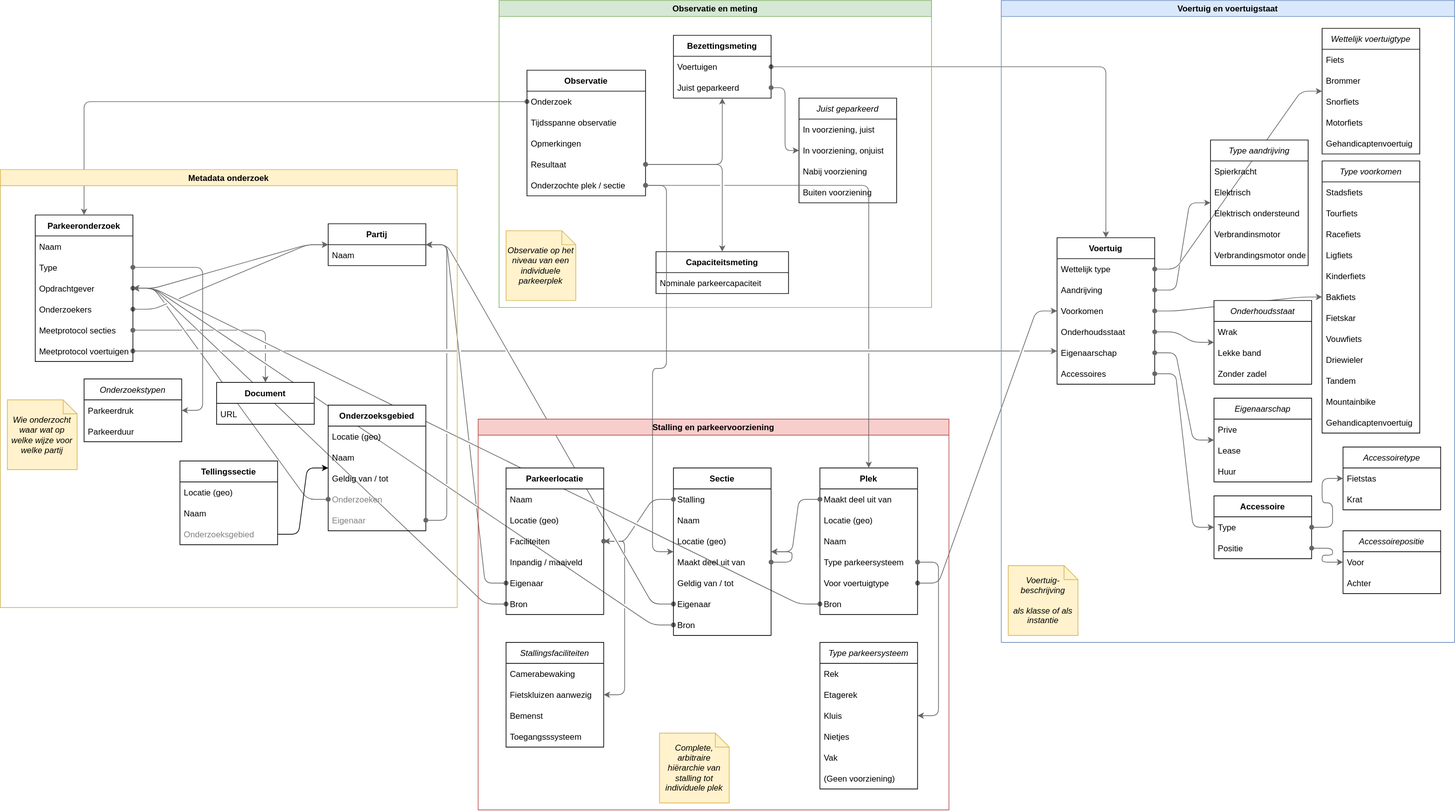
Stichting-CROW/datastandaard-fietsparkeren keeps this draw.io diagram as docs/cm/assets/conceptueel-model.drawio.svg. Above is the earlier version. Source tidied: cells renumbered, new cells last; positions are measured from the earlier drawing's top-left corner, leaving out a move shared by most shapes.
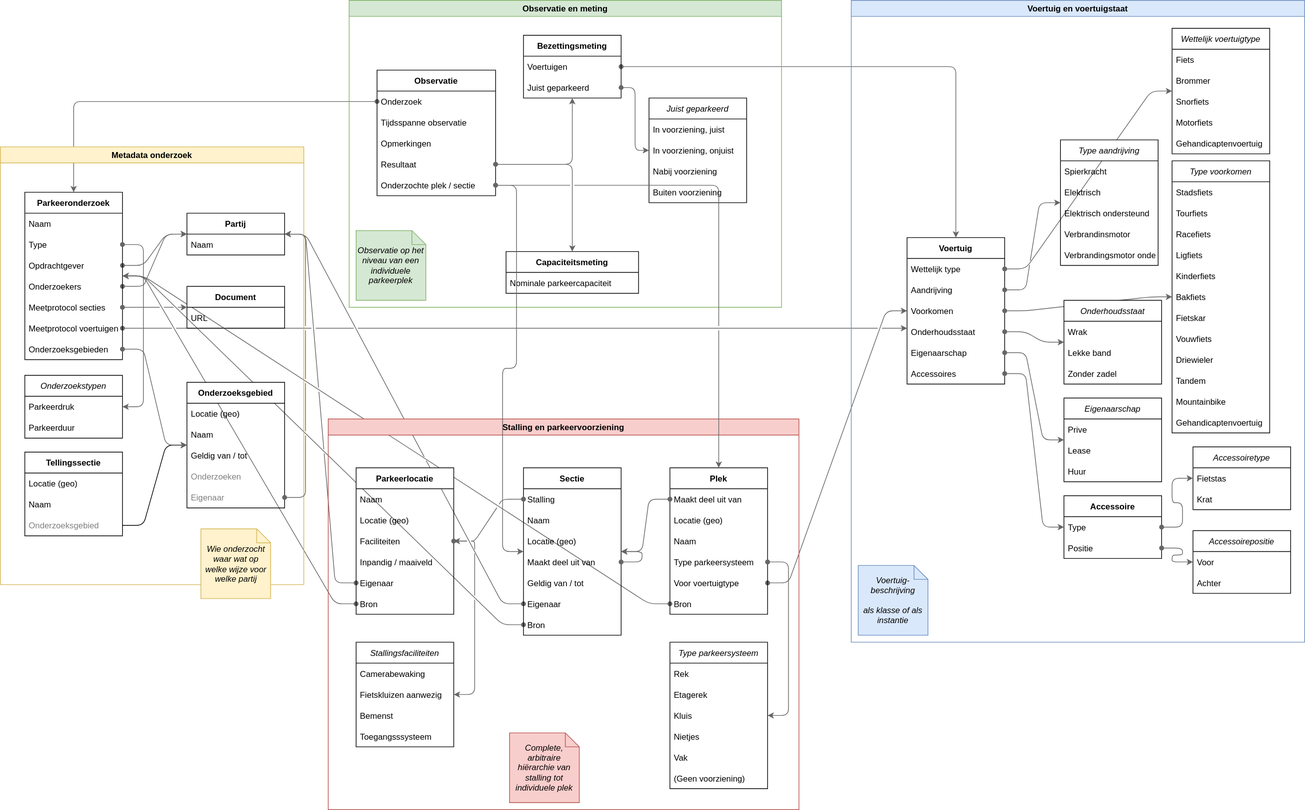
Above is the later version.

Diff of the diagram source:
```diff
@@ -125,7 +125,7 @@
     <mxCell id="42" style="edgeStyle=entityRelationEdgeStyle;rounded=1;html=1;fontColor=#000000;startArrow=oval;startFill=1;endArrow=classic;endFill=1;jumpStyle=gap;strokeColor=#666666;" parent="11" edge="1" source="36" target="12">
       <mxGeometry relative="1" as="geometry" />
     </mxCell>
-    <mxCell id="43" value="Complete, arbitraire hiërarchie van stalling tot individuele plek" style="shape=note;size=20;whiteSpace=wrap;html=1;fillColor=#fff2cc;strokeColor=#d6b656;fontStyle=2;" parent="11" vertex="1">
+    <mxCell id="43" value="Complete, arbitraire hiërarchie van stalling tot individuele plek" style="shape=note;size=20;whiteSpace=wrap;html=1;fillColor=#f8cecc;strokeColor=#b85450;fontStyle=2;" parent="11" vertex="1">
       <mxGeometry x="260" y="450" width="100" height="100" as="geometry" />
     </mxCell>
     <mxCell id="44" value="Voertuig en voertuigstaat" style="swimlane;fillColor=#dae8fc;strokeColor=#6c8ebf;" parent="1" vertex="1">
@@ -302,7 +302,7 @@
     <mxCell id="101" style="edgeStyle=entityRelationEdgeStyle;rounded=1;html=1;fontColor=#000000;startArrow=oval;startFill=1;endArrow=classic;endFill=1;jumpStyle=gap;strokeColor=#666666;" parent="44" edge="1" source="51" target="90">
       <mxGeometry relative="1" as="geometry" />
     </mxCell>
-    <mxCell id="102" value="Voertuig-beschrijving&lt;br&gt;&lt;br&gt;als klasse of als instantie&amp;nbsp;" style="shape=note;size=20;whiteSpace=wrap;html=1;fillColor=#fff2cc;strokeColor=#d6b656;fontStyle=2;" parent="44" vertex="1">
+    <mxCell id="102" value="Voertuig-beschrijving&lt;br&gt;&lt;br&gt;als klasse of als instantie&amp;nbsp;" style="shape=note;size=20;whiteSpace=wrap;html=1;fillColor=#dae8fc;strokeColor=#6c8ebf;fontStyle=2;" parent="44" vertex="1">
       <mxGeometry x="10" y="810" width="100" height="100" as="geometry" />
     </mxCell>
     <mxCell id="103" value="Observatie en meting" style="swimlane;fillColor=#d5e8d4;strokeColor=#82b366;" parent="1" vertex="1">
@@ -365,14 +365,14 @@
     <mxCell id="122" style="edgeStyle=orthogonalEdgeStyle;rounded=1;jumpStyle=gap;html=1;fontColor=#000000;startArrow=oval;startFill=1;endArrow=classic;endFill=1;elbow=vertical;strokeColor=#666666;" parent="103" edge="1" source="108" target="117">
       <mxGeometry relative="1" as="geometry" />
     </mxCell>
-    <mxCell id="123" value="Observatie op het niveau van een individuele parkeerplek" style="shape=note;size=20;whiteSpace=wrap;html=1;fillColor=#fff2cc;strokeColor=#d6b656;fontStyle=2;" parent="103" vertex="1">
+    <mxCell id="123" value="Observatie op het niveau van een individuele parkeerplek" style="shape=note;size=20;whiteSpace=wrap;html=1;fillColor=#d5e8d4;strokeColor=#82b366;fontStyle=2;" parent="103" vertex="1">
       <mxGeometry x="10" y="330" width="100" height="100" as="geometry" />
     </mxCell>
     <mxCell id="124" value="Metadata onderzoek" style="swimlane;fillColor=#fff2cc;strokeColor=#d6b656;" parent="1" vertex="1">
-      <mxGeometry y="242.5" width="655" height="627.5" as="geometry" />
+      <mxGeometry x="215" y="210" width="435" height="627.5" as="geometry" />
     </mxCell>
     <mxCell id="125" value="Partij" style="swimlane;fontStyle=1;horizontal=1;startSize=30;" parent="124" vertex="1">
-      <mxGeometry x="470" y="77.5" width="140" height="60" as="geometry" />
+      <mxGeometry x="267.5" y="95" width="140" height="60" as="geometry" />
     </mxCell>
     <mxCell id="126" value="Naam" style="text;strokeColor=none;fillColor=none;align=left;verticalAlign=middle;spacingLeft=4;spacingRight=4;overflow=hidden;" parent="125" vertex="1">
       <mxGeometry y="30" width="140" height="30" as="geometry" />
@@ -384,7 +384,7 @@
       <mxGeometry relative="1" as="geometry" />
     </mxCell>
     <mxCell id="129" value="Parkeeronderzoek" style="swimlane;fontStyle=1;horizontal=1;startSize=30;" parent="124" vertex="1">
-      <mxGeometry x="50" y="65" width="140" height="210" as="geometry" />
+      <mxGeometry x="35" y="65" width="140" height="240" as="geometry" />
     </mxCell>
     <mxCell id="130" value="Naam" style="text;strokeColor=none;fillColor=none;align=left;verticalAlign=middle;spacingLeft=4;spacingRight=4;overflow=hidden;" parent="129" vertex="1">
       <mxGeometry y="30" width="140" height="30" as="geometry" />
@@ -404,8 +404,11 @@
     <mxCell id="135" value="Meetprotocol voertuigen" style="text;strokeColor=none;fillColor=none;align=left;verticalAlign=middle;spacingLeft=4;spacingRight=4;overflow=hidden;points=[[0,0.5],[1,0.5]];portConstraint=eastwest;" parent="129" vertex="1">
       <mxGeometry y="180" width="140" height="30" as="geometry" />
     </mxCell>
+    <mxCell id="167" value="Onderzoeksgebieden" style="text;strokeColor=none;fillColor=none;align=left;verticalAlign=middle;spacingLeft=4;spacingRight=4;overflow=hidden;points=[[0,0.5],[1,0.5]];portConstraint=eastwest;" parent="129" vertex="1">
+      <mxGeometry y="210" width="140" height="30" as="geometry" />
+    </mxCell>
     <mxCell id="136" value="Onderzoeksgebied" style="swimlane;fontStyle=1;horizontal=1;startSize=30;" parent="124" vertex="1">
-      <mxGeometry x="470" y="337.5" width="140" height="180" as="geometry" />
+      <mxGeometry x="267.5" y="337.5" width="140" height="180" as="geometry" />
     </mxCell>
     <mxCell id="137" value="Locatie (geo)" style="text;strokeColor=none;fillColor=none;align=left;verticalAlign=middle;spacingLeft=4;spacingRight=4;overflow=hidden;" parent="136" vertex="1">
       <mxGeometry y="30" width="140" height="30" as="geometry" />
@@ -422,14 +425,11 @@
     <mxCell id="141" value="Eigenaar" style="text;strokeColor=none;fillColor=none;align=left;verticalAlign=middle;spacingLeft=4;spacingRight=4;overflow=hidden;points=[[0,0.5],[1,0.5]];portConstraint=eastwest;fontStyle=0;fontColor=#808080;" parent="136" vertex="1">
       <mxGeometry y="150" width="140" height="30" as="geometry" />
     </mxCell>
-    <mxCell id="142" style="edgeStyle=entityRelationEdgeStyle;html=1;fontColor=#808080;endArrow=classic;endFill=1;startArrow=oval;startFill=1;jumpStyle=gap;strokeColor=#666666;" parent="124" edge="1" source="140" target="129">
-      <mxGeometry relative="1" as="geometry" />
-    </mxCell>
     <mxCell id="143" style="edgeStyle=entityRelationEdgeStyle;html=1;fontColor=#808080;startArrow=oval;startFill=1;endArrow=classic;endFill=1;jumpStyle=gap;strokeColor=#666666;" parent="124" edge="1" source="141" target="125">
       <mxGeometry relative="1" as="geometry" />
     </mxCell>
     <mxCell id="144" value="Document" style="swimlane;fontStyle=1;horizontal=1;startSize=30;fontColor=#000000;" parent="124" vertex="1">
-      <mxGeometry x="310" y="305" width="140" height="60" as="geometry" />
+      <mxGeometry x="267.5" y="200" width="140" height="60" as="geometry" />
     </mxCell>
     <mxCell id="145" value="URL" style="text;strokeColor=none;fillColor=none;align=left;verticalAlign=middle;spacingLeft=4;spacingRight=4;overflow=hidden;fontColor=#000000;" parent="144" vertex="1">
       <mxGeometry y="30" width="140" height="30" as="geometry" />
@@ -438,10 +438,10 @@
       <mxGeometry relative="1" as="geometry" />
     </mxCell>
     <mxCell id="147" value="Wie onderzocht waar wat op welke wijze voor welke partij" style="shape=note;size=20;whiteSpace=wrap;html=1;fillColor=#fff2cc;strokeColor=#d6b656;fontStyle=2;" parent="124" vertex="1">
-      <mxGeometry x="10" y="330" width="100" height="100" as="geometry" />
+      <mxGeometry x="287.5" y="547.5" width="100" height="100" as="geometry" />
     </mxCell>
     <mxCell id="148" value="Onderzoekstypen" style="swimlane;fontStyle=2;horizontal=1;startSize=30;" parent="124" vertex="1">
-      <mxGeometry x="120" y="300" width="140" height="90" as="geometry" />
+      <mxGeometry x="35" y="327.5" width="140" height="90" as="geometry" />
     </mxCell>
     <mxCell id="149" value="Parkeerdruk" style="text;strokeColor=none;fillColor=none;align=left;verticalAlign=middle;spacingLeft=4;spacingRight=4;overflow=hidden;" parent="148" vertex="1">
       <mxGeometry y="30" width="140" height="30" as="geometry" />
@@ -453,7 +453,7 @@
       <mxGeometry relative="1" as="geometry" />
     </mxCell>
     <mxCell id="152" value="Tellingssectie" style="swimlane;fontStyle=1;horizontal=1;startSize=30;" parent="124" vertex="1">
-      <mxGeometry x="257.5" y="417.5" width="140" height="120" as="geometry" />
+      <mxGeometry x="35" y="437.5" width="140" height="120" as="geometry" />
     </mxCell>
     <mxCell id="153" value="Locatie (geo)" style="text;strokeColor=none;fillColor=none;align=left;verticalAlign=middle;spacingLeft=4;spacingRight=4;overflow=hidden;" parent="152" vertex="1">
       <mxGeometry y="30" width="140" height="30" as="geometry" />
@@ -467,6 +467,9 @@
     <mxCell id="156" style="edgeStyle=entityRelationEdgeStyle;html=1;" parent="124" edge="1" source="155" target="136">
       <mxGeometry relative="1" as="geometry" />
     </mxCell>
+    <mxCell id="168" style="edgeStyle=entityRelationEdgeStyle;html=1;strokeColor=#666666;fontColor=#000000;startArrow=oval;startFill=1;endFill=1;" parent="124" edge="1" source="167" target="136">
+      <mxGeometry relative="1" as="geometry" />
+    </mxCell>
     <mxCell id="157" style="edgeStyle=orthogonalEdgeStyle;rounded=1;jumpStyle=gap;html=1;fontColor=#000000;startArrow=oval;startFill=1;endArrow=classic;endFill=1;elbow=vertical;strokeColor=#666666;" parent="1" edge="1" source="114" target="35">
       <mxGeometry relative="1" as="geometry" />
     </mxCell>
```
